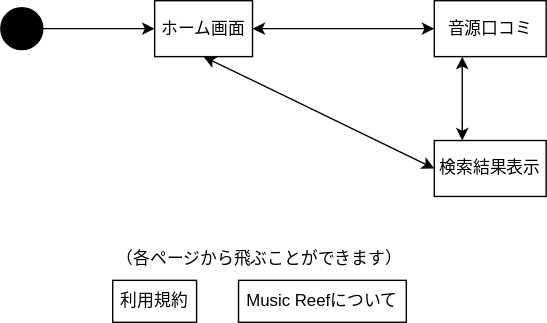
Earlier version of the draw.io export ab.drawio.svg (IshiYoshi765/uml-introduction). Source tidied: cells renumbered, new cells last; positions are measured from the earlier drawing's top-left corner, leaving out a move shared by most shapes.
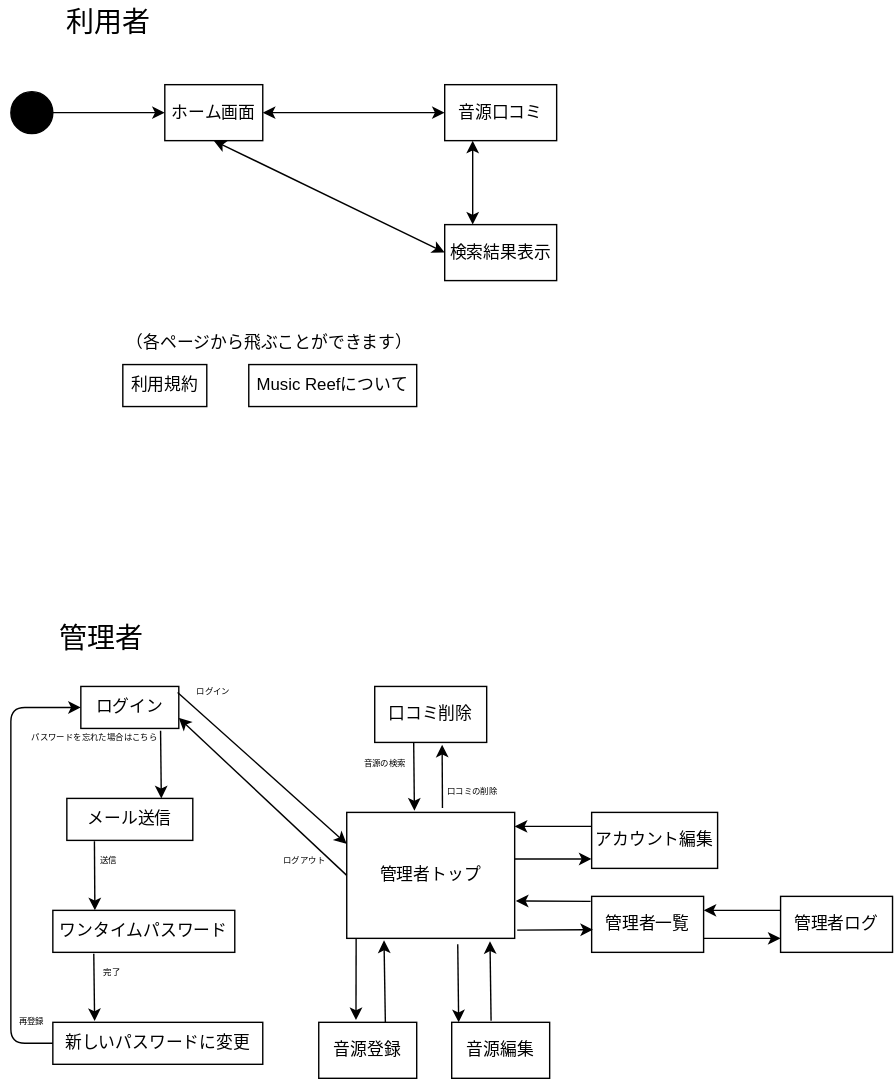
Above is the later version.

The edit, as a diff of the source:
```diff
@@ -37,5 +37,131 @@
     <mxCell id="12" value="（各ページから飛ぶことができます）" style="text;html=1;strokeColor=none;fillColor=none;align=center;verticalAlign=middle;whiteSpace=wrap;rounded=0;" parent="1" vertex="1">
       <mxGeometry x="80" y="170" width="210" height="30" as="geometry" />
     </mxCell>
+    <mxCell id="13" value="&lt;font style=&quot;font-size: 20px;&quot;&gt;利用者&lt;/font&gt;" style="text;html=1;strokeColor=none;fillColor=none;align=center;verticalAlign=middle;whiteSpace=wrap;rounded=0;" parent="1" vertex="1">
+      <mxGeometry x="30" y="-60" width="80" height="30" as="geometry" />
+    </mxCell>
+    <mxCell id="14" value="ログイン" style="rounded=0;whiteSpace=wrap;html=1;" parent="1" vertex="1">
+      <mxGeometry x="50" y="430" width="70" height="30" as="geometry" />
+    </mxCell>
+    <mxCell id="15" value="管理者トップ" style="rounded=0;whiteSpace=wrap;html=1;" parent="1" vertex="1">
+      <mxGeometry x="240" y="520" width="120" height="90" as="geometry" />
+    </mxCell>
+    <mxCell id="16" value="音源登録" style="rounded=0;whiteSpace=wrap;html=1;" parent="1" vertex="1">
+      <mxGeometry x="220" y="670" width="70" height="40" as="geometry" />
+    </mxCell>
+    <mxCell id="17" value="口コミ削除" style="rounded=0;whiteSpace=wrap;html=1;" parent="1" vertex="1">
+      <mxGeometry x="260" y="430" width="80" height="40" as="geometry" />
+    </mxCell>
+    <mxCell id="18" value="アカウント編集" style="rounded=0;whiteSpace=wrap;html=1;" parent="1" vertex="1">
+      <mxGeometry x="415" y="520" width="90" height="40" as="geometry" />
+    </mxCell>
+    <mxCell id="19" value="管理者一覧" style="rounded=0;whiteSpace=wrap;html=1;" parent="1" vertex="1">
+      <mxGeometry x="415" y="580" width="80" height="40" as="geometry" />
+    </mxCell>
+    <mxCell id="20" value="管理者ログ" style="rounded=0;whiteSpace=wrap;html=1;" parent="1" vertex="1">
+      <mxGeometry x="550" y="580" width="80" height="40" as="geometry" />
+    </mxCell>
+    <mxCell id="21" value="音源編集" style="rounded=0;whiteSpace=wrap;html=1;" parent="1" vertex="1">
+      <mxGeometry x="315" y="670" width="70" height="40" as="geometry" />
+    </mxCell>
+    <mxCell id="22" value="メール送信" style="rounded=0;whiteSpace=wrap;html=1;" parent="1" vertex="1">
+      <mxGeometry x="40" y="510" width="90" height="30" as="geometry" />
+    </mxCell>
+    <mxCell id="23" value="ワンタイムパスワード" style="rounded=0;whiteSpace=wrap;html=1;" parent="1" vertex="1">
+      <mxGeometry x="30" y="590" width="130" height="30" as="geometry" />
+    </mxCell>
+    <mxCell id="24" value="新しいパスワードに変更" style="rounded=0;whiteSpace=wrap;html=1;" parent="1" vertex="1">
+      <mxGeometry x="30" y="670" width="150" height="30" as="geometry" />
+    </mxCell>
+    <mxCell id="25" style="endArrow=classic;html=1;exitX=0.814;exitY=1.053;exitDx=0;exitDy=0;exitPerimeter=0;entryX=0.75;entryY=0;entryDx=0;entryDy=0;" parent="1" edge="1" source="14" target="22">
+      <mxGeometry relative="1" as="geometry" />
+    </mxCell>
+    <mxCell id="26" style="endArrow=classic;html=1;entryX=0.231;entryY=0;entryDx=0;entryDy=0;exitX=0.219;exitY=1.018;exitDx=0;exitDy=0;entryPerimeter=0;exitPerimeter=0;" parent="1" edge="1" source="22" target="23">
+      <mxGeometry relative="1" as="geometry" />
+    </mxCell>
+    <mxCell id="27" style="endArrow=classic;html=1;entryX=0.199;entryY=-0.031;entryDx=0;entryDy=0;entryPerimeter=0;exitX=0.225;exitY=1.035;exitDx=0;exitDy=0;exitPerimeter=0;" parent="1" edge="1" source="23" target="24">
+      <mxGeometry relative="1" as="geometry" />
+    </mxCell>
+    <mxCell id="28" style="endArrow=classic;html=1;exitX=0;exitY=0.5;exitDx=0;exitDy=0;entryX=0;entryY=0.5;entryDx=0;entryDy=0;" parent="1" edge="1" source="24" target="14">
+      <mxGeometry relative="1" as="geometry">
+        <Array as="points">
+          <mxPoint y="685" />
+          <mxPoint y="445" />
+        </Array>
+      </mxGeometry>
+    </mxCell>
+    <mxCell id="29" value="&lt;font style=&quot;font-size: 20px;&quot;&gt;管理者&lt;/font&gt;" style="text;html=1;strokeColor=none;fillColor=none;align=center;verticalAlign=middle;whiteSpace=wrap;rounded=0;" parent="1" vertex="1">
+      <mxGeometry x="25" y="380" width="80" height="30" as="geometry" />
+    </mxCell>
+    <mxCell id="30" value="&lt;font style=&quot;font-size: 6px;&quot;&gt;パスワードを忘れた場合はこちら&lt;/font&gt;" style="text;html=1;strokeColor=none;fillColor=none;align=center;verticalAlign=middle;whiteSpace=wrap;rounded=0;" parent="1" vertex="1">
+      <mxGeometry x="10" y="460" width="100" height="10" as="geometry" />
+    </mxCell>
+    <mxCell id="31" value="ログイン" style="text;html=1;strokeColor=none;fillColor=none;align=center;verticalAlign=middle;whiteSpace=wrap;rounded=0;fontSize=6;" parent="1" vertex="1">
+      <mxGeometry x="130" y="430" width="30" height="9" as="geometry" />
+    </mxCell>
+    <mxCell id="32" value="送信" style="text;html=1;strokeColor=none;fillColor=none;align=center;verticalAlign=middle;whiteSpace=wrap;rounded=0;fontSize=6;" parent="1" vertex="1">
+      <mxGeometry x="60" y="550" width="20" height="10" as="geometry" />
+    </mxCell>
+    <mxCell id="33" value="完了" style="text;html=1;strokeColor=none;fillColor=none;align=center;verticalAlign=middle;whiteSpace=wrap;rounded=0;fontSize=6;" parent="1" vertex="1">
+      <mxGeometry x="65" y="630" width="15" height="10" as="geometry" />
+    </mxCell>
+    <mxCell id="34" value="再登録" style="text;html=1;strokeColor=none;fillColor=none;align=center;verticalAlign=middle;whiteSpace=wrap;rounded=0;fontSize=6;" parent="1" vertex="1">
+      <mxGeometry y="660" width="30" height="20" as="geometry" />
+    </mxCell>
+    <mxCell id="35" value="ログアウト" style="text;html=1;strokeColor=none;fillColor=none;align=center;verticalAlign=middle;whiteSpace=wrap;rounded=0;fontSize=6;" parent="1" vertex="1">
+      <mxGeometry x="190" y="550" width="40" height="10" as="geometry" />
+    </mxCell>
+    <mxCell id="36" style="endArrow=classic;html=1;fontSize=6;exitX=0.988;exitY=0.143;exitDx=0;exitDy=0;entryX=0;entryY=0.25;entryDx=0;entryDy=0;exitPerimeter=0;" parent="1" edge="1" source="14" target="15">
+      <mxGeometry relative="1" as="geometry" />
+    </mxCell>
+    <mxCell id="37" style="endArrow=classic;html=1;fontSize=6;entryX=1;entryY=0.75;entryDx=0;entryDy=0;exitX=0;exitY=0.5;exitDx=0;exitDy=0;" parent="1" edge="1" source="15" target="14">
+      <mxGeometry relative="1" as="geometry" />
+    </mxCell>
+    <mxCell id="38" style="endArrow=classic;html=1;fontSize=6;exitX=0.056;exitY=1.003;exitDx=0;exitDy=0;exitPerimeter=0;entryX=0.38;entryY=-0.04;entryDx=0;entryDy=0;entryPerimeter=0;" parent="1" edge="1" source="15" target="16">
+      <mxGeometry relative="1" as="geometry" />
+    </mxCell>
+    <mxCell id="39" style="endArrow=classic;html=1;fontSize=6;entryX=0.222;entryY=1.016;entryDx=0;entryDy=0;entryPerimeter=0;exitX=0.68;exitY=-0.001;exitDx=0;exitDy=0;exitPerimeter=0;" parent="1" edge="1" source="16" target="15">
+      <mxGeometry relative="1" as="geometry" />
+    </mxCell>
+    <mxCell id="40" style="endArrow=classic;html=1;fontSize=6;exitX=0.661;exitY=1.047;exitDx=0;exitDy=0;exitPerimeter=0;entryX=0.071;entryY=0;entryDx=0;entryDy=0;entryPerimeter=0;" parent="1" edge="1" source="15" target="21">
+      <mxGeometry relative="1" as="geometry" />
+    </mxCell>
+    <mxCell id="41" style="endArrow=classic;html=1;fontSize=6;entryX=0.853;entryY=1.023;entryDx=0;entryDy=0;entryPerimeter=0;exitX=0.402;exitY=-0.029;exitDx=0;exitDy=0;exitPerimeter=0;" parent="1" edge="1" source="21" target="15">
+      <mxGeometry relative="1" as="geometry" />
+    </mxCell>
+    <mxCell id="42" style="endArrow=classic;html=1;fontSize=6;entryX=0.602;entryY=1.04;entryDx=0;entryDy=0;entryPerimeter=0;exitX=0.57;exitY=-0.034;exitDx=0;exitDy=0;exitPerimeter=0;" parent="1" edge="1" source="15" target="17">
+      <mxGeometry relative="1" as="geometry" />
+    </mxCell>
+    <mxCell id="43" style="endArrow=classic;html=1;fontSize=6;entryX=0.403;entryY=-0.014;entryDx=0;entryDy=0;entryPerimeter=0;exitX=0.348;exitY=0.993;exitDx=0;exitDy=0;exitPerimeter=0;" parent="1" edge="1" source="17" target="15">
+      <mxGeometry relative="1" as="geometry" />
+    </mxCell>
+    <mxCell id="44" style="endArrow=classic;html=1;fontSize=6;exitX=0.998;exitY=0.37;exitDx=0;exitDy=0;entryX=-0.001;entryY=0.831;entryDx=0;entryDy=0;entryPerimeter=0;exitPerimeter=0;" parent="1" edge="1" source="15" target="18">
+      <mxGeometry relative="1" as="geometry" />
+    </mxCell>
+    <mxCell id="45" style="endArrow=classic;html=1;fontSize=6;exitX=0;exitY=0.25;exitDx=0;exitDy=0;" parent="1" edge="1" source="18">
+      <mxGeometry relative="1" as="geometry">
+        <mxPoint x="360" y="530" as="targetPoint" />
+      </mxGeometry>
+    </mxCell>
+    <mxCell id="46" style="endArrow=classic;html=1;fontSize=6;entryX=1.007;entryY=0.703;entryDx=0;entryDy=0;entryPerimeter=0;exitX=-0.009;exitY=0.09;exitDx=0;exitDy=0;exitPerimeter=0;" parent="1" edge="1" source="19" target="15">
+      <mxGeometry relative="1" as="geometry" />
+    </mxCell>
+    <mxCell id="47" style="endArrow=classic;html=1;fontSize=6;exitX=1.015;exitY=0.935;exitDx=0;exitDy=0;exitPerimeter=0;entryX=0.012;entryY=0.596;entryDx=0;entryDy=0;entryPerimeter=0;" parent="1" edge="1" source="15" target="19">
+      <mxGeometry relative="1" as="geometry" />
+    </mxCell>
+    <mxCell id="48" style="endArrow=classic;html=1;fontSize=6;exitX=0;exitY=0.25;exitDx=0;exitDy=0;" parent="1" edge="1" source="20">
+      <mxGeometry relative="1" as="geometry">
+        <mxPoint x="495" y="590" as="targetPoint" />
+      </mxGeometry>
+    </mxCell>
+    <mxCell id="49" style="endArrow=classic;html=1;fontSize=6;entryX=0;entryY=0.75;entryDx=0;entryDy=0;exitX=1;exitY=0.75;exitDx=0;exitDy=0;" parent="1" edge="1" source="19" target="20">
+      <mxGeometry relative="1" as="geometry" />
+    </mxCell>
+    <mxCell id="50" value="口コミの削除" style="text;html=1;strokeColor=none;fillColor=none;align=center;verticalAlign=middle;whiteSpace=wrap;rounded=0;fontSize=6;" parent="1" vertex="1">
+      <mxGeometry x="310" y="500" width="40" height="10" as="geometry" />
+    </mxCell>
+    <mxCell id="51" value="音源の検索" style="text;html=1;strokeColor=none;fillColor=none;align=center;verticalAlign=middle;whiteSpace=wrap;rounded=0;fontSize=6;" parent="1" vertex="1">
+      <mxGeometry x="250" y="480" width="35" height="10" as="geometry" />
+    </mxCell>
   </root>
 </mxGraphModel>
```
